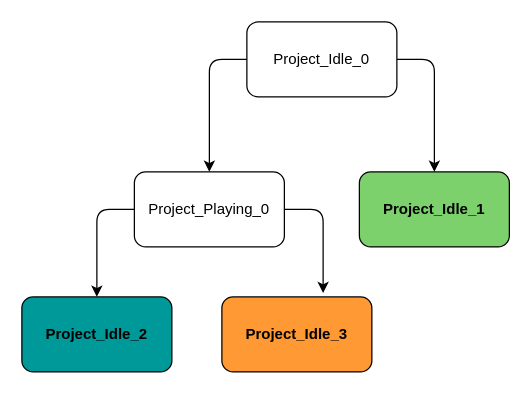
This is docs/04_assignment/schema/03_delete_project/03_transition_tree.drawio from Jumaruba/jtimesched, a draw.io file, before an edit. Source tidied: cells renumbered, new cells numbered last; positions are measured from the earlier drawing's top-left corner, leaving out a move shared by most shapes. Both pictures are drawn from the tidied source at 125%, with x=0, y=0 at pixel (21, 21).
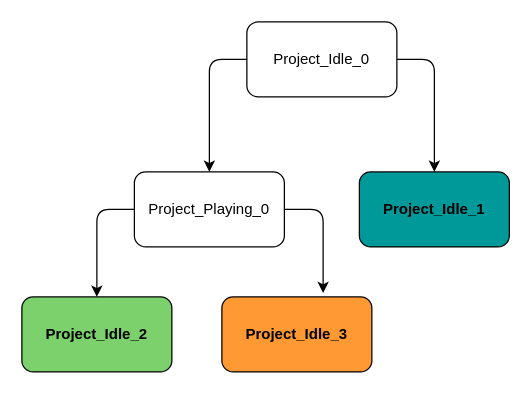
The same diagram, later.

The edit, as a diff of the source:
```diff
@@
 <mxGraphModel>
   <root>
     <mxCell id="0" />
     <mxCell id="1" parent="0" />
     <mxCell id="2" style="edgeStyle=none;html=1;" parent="1" edge="1" source="4" target="7">
       <mxGeometry relative="1" as="geometry">
         <Array as="points">
           <mxPoint x="150" y="30" />
         </Array>
       </mxGeometry>
     </mxCell>
     <mxCell id="3" style="edgeStyle=none;html=1;" parent="1" edge="1" source="4" target="10">
       <mxGeometry relative="1" as="geometry">
         <Array as="points">
           <mxPoint x="330" y="30" />
         </Array>
       </mxGeometry>
     </mxCell>
     <mxCell id="4" value="Project_Idle_0" style="rounded=1;whiteSpace=wrap;html=1;" parent="1" vertex="1">
       <mxGeometry x="180" width="120" height="60" as="geometry" />
     </mxCell>
     <mxCell id="5" style="edgeStyle=none;html=1;" parent="1" edge="1" source="7" target="8">
       <mxGeometry relative="1" as="geometry">
         <Array as="points">
           <mxPoint x="60" y="150" />
         </Array>
       </mxGeometry>
     </mxCell>
     <mxCell id="6" style="edgeStyle=none;html=1;entryX=0.675;entryY=-0.05;entryDx=0;entryDy=0;entryPerimeter=0;" parent="1" edge="1" source="7" target="9">
       <mxGeometry relative="1" as="geometry">
         <Array as="points">
           <mxPoint x="241" y="150" />
         </Array>
       </mxGeometry>
     </mxCell>
     <mxCell id="7" value="Project_Playing_0" style="rounded=1;whiteSpace=wrap;html=1;" parent="1" vertex="1">
       <mxGeometry x="90" y="120" width="120" height="60" as="geometry" />
     </mxCell>
-    <mxCell id="8" value="&lt;b&gt;Project_Idle_2&lt;/b&gt;" style="rounded=1;whiteSpace=wrap;html=1;fillColor=#009999;" parent="1" vertex="1">
+    <mxCell id="8" value="&lt;b&gt;Project_Idle_2&lt;/b&gt;" style="rounded=1;whiteSpace=wrap;html=1;fillColor=#7DD16D;" parent="1" vertex="1">
       <mxGeometry y="220" width="120" height="60" as="geometry" />
     </mxCell>
     <mxCell id="9" value="&lt;b&gt;Project_Idle_3&lt;/b&gt;" style="rounded=1;whiteSpace=wrap;html=1;fillColor=#FF9933;" parent="1" vertex="1">
       <mxGeometry x="160" y="220" width="120" height="60" as="geometry" />
     </mxCell>
-    <mxCell id="10" value="&lt;b&gt;Project_Idle_1&lt;/b&gt;" style="rounded=1;whiteSpace=wrap;html=1;fillColor=#7DD16D;" parent="1" vertex="1">
+    <mxCell id="10" value="&lt;b&gt;Project_Idle_1&lt;/b&gt;" style="rounded=1;whiteSpace=wrap;html=1;fillColor=#009999;" parent="1" vertex="1">
       <mxGeometry x="270" y="120" width="120" height="60" as="geometry" />
     </mxCell>
   </root>
 </mxGraphModel>
```
